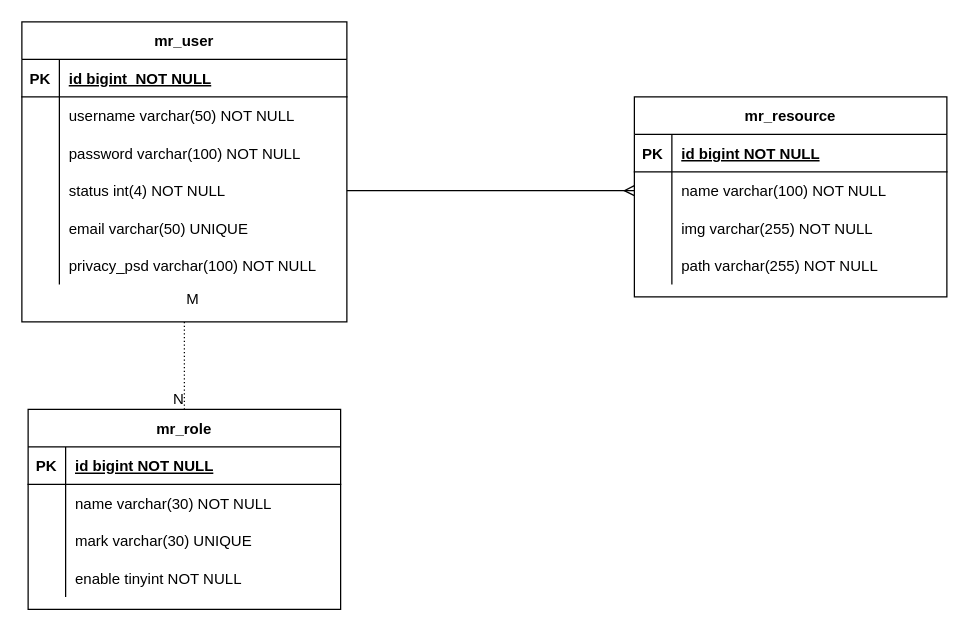
The draw.io diagram page "Page-2" (2 of 2) of 数据库设计/database.drawio in StudyRecording/OldComputerRestartPlan, before the edit. Source tidied: cells renumbered, new cells numbered last; positions are measured from the earlier drawing's top-left corner, leaving out a move shared by most shapes. Both pictures are drawn from the tidied source at 125%, with x=0, y=0 at pixel (21, 21).
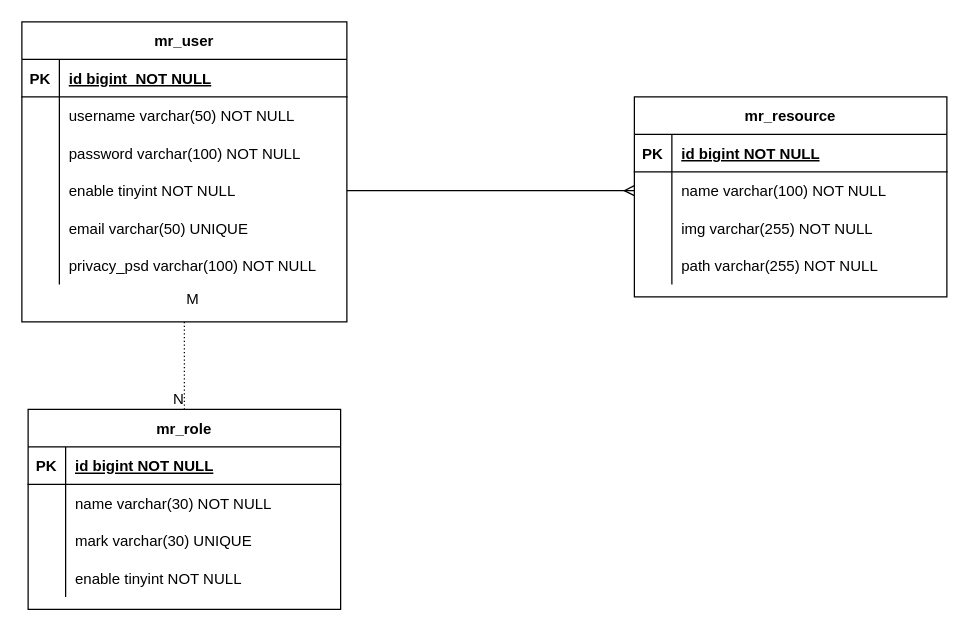
After the change.

The change refers to these unchanged cells:
```xml
<mxCell id="12" style="shape=partialRectangle;fillColor=none;top=0;left=0;bottom=0;right=0;points=[[0,0.5],[1,0.5]];portConstraint=eastwest;" parent="2" vertex="1">
  <mxGeometry y="120" width="260" height="30" as="geometry" />
</mxCell>
```

What changed in the source:
```diff
@@
-    <mxCell id="14" value="status int(4) NOT NULL" style="shape=partialRectangle;fillColor=none;top=0;left=0;bottom=0;right=0;align=left;spacingLeft=6;overflow=hidden;" parent="12" vertex="1">
+    <mxCell id="14" value="enable tinyint NOT NULL" style="shape=partialRectangle;fillColor=none;top=0;left=0;bottom=0;right=0;align=left;spacingLeft=6;overflow=hidden;" parent="12" vertex="1">
       <mxGeometry x="30" width="230" height="30" as="geometry" />
     </mxCell>
```
